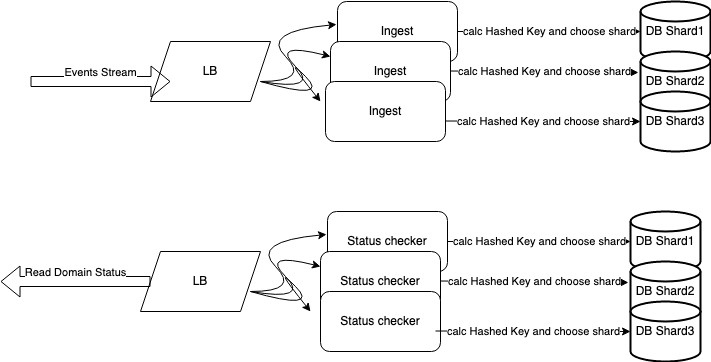
Earlier version of the draw.io export flow.png (xfoxawy/catchall-domain). Source tidied: cells renumbered, new cells last; positions are measured from the earlier drawing's top-left corner, leaving out a move shared by most shapes.
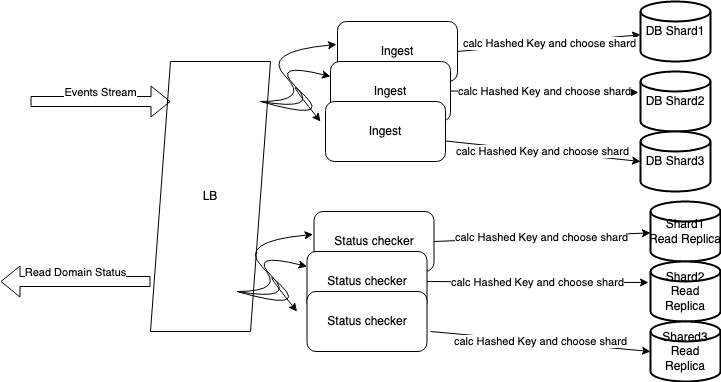
After the change.

Diff of the diagram source:
```diff
@@ -9,7 +9,7 @@
       <mxGeometry x="330" y="70" width="30" height="40" as="geometry" />
     </mxCell>
     <mxCell id="4" value="LB" style="shape=parallelogram;perimeter=parallelogramPerimeter;whiteSpace=wrap;html=1;fixedSize=1;" parent="1" vertex="1">
-      <mxGeometry x="150" y="40" width="120" height="60" as="geometry" />
+      <mxGeometry x="150" y="40" width="120" height="270" as="geometry" />
     </mxCell>
     <mxCell id="5" value="Ingest" style="rounded=1;whiteSpace=wrap;html=1;" parent="1" vertex="1">
       <mxGeometry x="337" width="120" height="60" as="geometry" />
@@ -49,13 +49,13 @@
       </mxGeometry>
     </mxCell>
     <mxCell id="11" value="DB Shard1" style="strokeWidth=2;html=1;shape=mxgraph.flowchart.database;whiteSpace=wrap;" parent="1" vertex="1">
-      <mxGeometry x="640" width="70" height="60" as="geometry" />
+      <mxGeometry x="640" y="-20" width="70" height="60" as="geometry" />
     </mxCell>
     <mxCell id="12" value="DB Shard2" style="strokeWidth=2;html=1;shape=mxgraph.flowchart.database;whiteSpace=wrap;" parent="1" vertex="1">
       <mxGeometry x="640" y="50" width="70" height="60" as="geometry" />
     </mxCell>
     <mxCell id="13" value="DB Shard3" style="strokeWidth=2;html=1;shape=mxgraph.flowchart.database;whiteSpace=wrap;" parent="1" vertex="1">
-      <mxGeometry x="640" y="90" width="70" height="60" as="geometry" />
+      <mxGeometry x="640" y="110" width="70" height="60" as="geometry" />
     </mxCell>
     <mxCell id="14" value="calc Hashed Key and choose shard" style="endArrow=classic;html=1;rounded=0;exitX=1;exitY=0.5;exitDx=0;exitDy=0;" parent="1" edge="1" source="5" target="11">
       <mxGeometry relative="1" as="geometry" />
@@ -71,84 +71,80 @@
       </mxGeometry>
     </mxCell>
     <mxCell id="17" value="&lt;meta charset=&quot;utf-8&quot;&gt;&lt;div style=&quot;color: rgb(212, 212, 212); background-color: rgb(30, 30, 30); font-family: Menlo, Monaco, &amp;quot;Courier New&amp;quot;, monospace; font-weight: normal; font-size: 12px; line-height: 18px;&quot;&gt;&lt;br&gt;&lt;/div&gt;" style="text;whiteSpace=wrap;html=1;" parent="1" vertex="1">
-      <mxGeometry x="300" y="310" width="30" height="40" as="geometry" />
+      <mxGeometry x="286.5" y="290" width="30" height="40" as="geometry" />
     </mxCell>
     <mxCell id="18" value="&lt;meta charset=&quot;utf-8&quot;&gt;&lt;div style=&quot;color: rgb(212, 212, 212); background-color: rgb(30, 30, 30); font-family: Menlo, Monaco, &amp;quot;Courier New&amp;quot;, monospace; font-weight: normal; font-size: 12px; line-height: 18px;&quot;&gt;&lt;br&gt;&lt;/div&gt;" style="text;whiteSpace=wrap;html=1;" parent="1" vertex="1">
-      <mxGeometry x="320" y="280" width="30" height="40" as="geometry" />
+      <mxGeometry x="306.5" y="260" width="30" height="40" as="geometry" />
     </mxCell>
-    <mxCell id="19" value="LB" style="shape=parallelogram;perimeter=parallelogramPerimeter;whiteSpace=wrap;html=1;fixedSize=1;" parent="1" vertex="1">
-      <mxGeometry x="140" y="250" width="120" height="60" as="geometry" />
+    <mxCell id="19" value="Status checker" style="rounded=1;whiteSpace=wrap;html=1;" parent="1" vertex="1">
+      <mxGeometry x="313.5" y="190" width="120" height="60" as="geometry" />
     </mxCell>
     <mxCell id="20" value="Status checker" style="rounded=1;whiteSpace=wrap;html=1;" parent="1" vertex="1">
-      <mxGeometry x="327" y="210" width="120" height="60" as="geometry" />
+      <mxGeometry x="306.5" y="230" width="120" height="60" as="geometry" />
     </mxCell>
     <mxCell id="21" value="Status checker" style="rounded=1;whiteSpace=wrap;html=1;" parent="1" vertex="1">
-      <mxGeometry x="320" y="250" width="120" height="60" as="geometry" />
+      <mxGeometry x="306.5" y="270" width="120" height="60" as="geometry" />
     </mxCell>
-    <mxCell id="22" value="Status checker" style="rounded=1;whiteSpace=wrap;html=1;" parent="1" vertex="1">
-      <mxGeometry x="320" y="290" width="120" height="60" as="geometry" />
+    <mxCell id="22" style="curved=1;endArrow=classic;html=1;rounded=0;entryX=-0.008;entryY=0.383;entryDx=0;entryDy=0;entryPerimeter=0;" parent="1" edge="1" target="19">
+      <mxGeometry relative="1" as="geometry">
+        <mxPoint x="236.5" y="270" as="sourcePoint" />
+        <Array as="points">
+          <mxPoint x="286.5" y="270" />
+          <mxPoint x="236.5" y="220" />
+        </Array>
+      </mxGeometry>
     </mxCell>
-    <mxCell id="23" style="curved=1;endArrow=classic;html=1;rounded=0;entryX=-0.008;entryY=0.383;entryDx=0;entryDy=0;entryPerimeter=0;" parent="1" edge="1" target="20">
+    <mxCell id="23" style="curved=1;endArrow=classic;html=1;rounded=0;entryX=0;entryY=0.25;entryDx=0;entryDy=0;" parent="1" edge="1" target="20">
       <mxGeometry relative="1" as="geometry">
-        <mxPoint x="250" y="290" as="sourcePoint" />
+        <mxPoint x="236.5" y="270" as="sourcePoint" />
         <Array as="points">
-          <mxPoint x="300" y="290" />
-          <mxPoint x="250" y="240" />
+          <mxPoint x="296.5" y="280" />
+          <mxPoint x="246.5" y="230" />
         </Array>
       </mxGeometry>
     </mxCell>
-    <mxCell id="24" style="curved=1;endArrow=classic;html=1;rounded=0;entryX=0;entryY=0.25;entryDx=0;entryDy=0;" parent="1" edge="1" target="21">
+    <mxCell id="24" style="curved=1;endArrow=classic;html=1;rounded=0;" parent="1" edge="1">
       <mxGeometry relative="1" as="geometry">
-        <mxPoint x="250" y="290" as="sourcePoint" />
+        <mxPoint x="236.5" y="270" as="sourcePoint" />
+        <mxPoint x="296.5" y="290" as="targetPoint" />
         <Array as="points">
-          <mxPoint x="310" y="300" />
-          <mxPoint x="260" y="250" />
+          <mxPoint x="306.5" y="290" />
+          <mxPoint x="256.5" y="240" />
         </Array>
       </mxGeometry>
     </mxCell>
-    <mxCell id="25" style="curved=1;endArrow=classic;html=1;rounded=0;" parent="1" edge="1">
-      <mxGeometry relative="1" as="geometry">
-        <mxPoint x="250" y="290" as="sourcePoint" />
-        <mxPoint x="310" y="310" as="targetPoint" />
-        <Array as="points">
-          <mxPoint x="320" y="310" />
-          <mxPoint x="270" y="260" />
-        </Array>
-      </mxGeometry>
+    <mxCell id="25" value="Shard1 Read&amp;nbsp;Replica" style="strokeWidth=2;html=1;shape=mxgraph.flowchart.database;whiteSpace=wrap;" parent="1" vertex="1">
+      <mxGeometry x="650" y="180" width="70" height="60" as="geometry" />
     </mxCell>
-    <mxCell id="26" value="DB Shard1" style="strokeWidth=2;html=1;shape=mxgraph.flowchart.database;whiteSpace=wrap;" parent="1" vertex="1">
-      <mxGeometry x="630" y="210" width="70" height="60" as="geometry" />
+    <mxCell id="26" value="Shard2 Read Replica" style="strokeWidth=2;html=1;shape=mxgraph.flowchart.database;whiteSpace=wrap;" parent="1" vertex="1">
+      <mxGeometry x="650" y="240" width="70" height="60" as="geometry" />
     </mxCell>
-    <mxCell id="27" value="DB Shard2" style="strokeWidth=2;html=1;shape=mxgraph.flowchart.database;whiteSpace=wrap;" parent="1" vertex="1">
-      <mxGeometry x="630" y="260" width="70" height="60" as="geometry" />
+    <mxCell id="27" value="Shared3 Read Replica" style="strokeWidth=2;html=1;shape=mxgraph.flowchart.database;whiteSpace=wrap;" parent="1" vertex="1">
+      <mxGeometry x="650" y="300" width="70" height="60" as="geometry" />
     </mxCell>
-    <mxCell id="28" value="DB Shard3" style="strokeWidth=2;html=1;shape=mxgraph.flowchart.database;whiteSpace=wrap;" parent="1" vertex="1">
-      <mxGeometry x="630" y="300" width="70" height="60" as="geometry" />
+    <mxCell id="28" value="calc Hashed Key and choose shard" style="endArrow=classic;html=1;rounded=0;exitX=1;exitY=0.5;exitDx=0;exitDy=0;" parent="1" edge="1" source="19" target="25">
+      <mxGeometry relative="1" as="geometry" />
     </mxCell>
-    <mxCell id="29" value="calc Hashed Key and choose shard" style="endArrow=classic;html=1;rounded=0;exitX=1;exitY=0.5;exitDx=0;exitDy=0;" parent="1" edge="1" source="20" target="26">
+    <mxCell id="29" value="&lt;meta charset=&quot;utf-8&quot;&gt;&lt;span style=&quot;color: rgb(0, 0, 0); font-family: Helvetica; font-size: 11px; font-style: normal; font-variant-ligatures: normal; font-variant-caps: normal; font-weight: 400; letter-spacing: normal; orphans: 2; text-align: center; text-indent: 0px; text-transform: none; widows: 2; word-spacing: 0px; -webkit-text-stroke-width: 0px; background-color: rgb(255, 255, 255); text-decoration-thickness: initial; text-decoration-style: initial; text-decoration-color: initial; float: none; display: inline !important;&quot;&gt;calc Hashed Key and choose shard&lt;/span&gt;" style="endArrow=classic;html=1;rounded=0;exitX=1;exitY=0.5;exitDx=0;exitDy=0;entryX=-0.029;entryY=0.35;entryDx=0;entryDy=0;entryPerimeter=0;" parent="1" edge="1" source="20" target="26">
       <mxGeometry relative="1" as="geometry" />
     </mxCell>
-    <mxCell id="30" value="&lt;meta charset=&quot;utf-8&quot;&gt;&lt;span style=&quot;color: rgb(0, 0, 0); font-family: Helvetica; font-size: 11px; font-style: normal; font-variant-ligatures: normal; font-variant-caps: normal; font-weight: 400; letter-spacing: normal; orphans: 2; text-align: center; text-indent: 0px; text-transform: none; widows: 2; word-spacing: 0px; -webkit-text-stroke-width: 0px; background-color: rgb(255, 255, 255); text-decoration-thickness: initial; text-decoration-style: initial; text-decoration-color: initial; float: none; display: inline !important;&quot;&gt;calc Hashed Key and choose shard&lt;/span&gt;" style="endArrow=classic;html=1;rounded=0;exitX=1;exitY=0.5;exitDx=0;exitDy=0;entryX=-0.029;entryY=0.35;entryDx=0;entryDy=0;entryPerimeter=0;" parent="1" edge="1" target="27">
+    <mxCell id="30" value="&lt;meta charset=&quot;utf-8&quot;&gt;&lt;span style=&quot;color: rgb(0, 0, 0); font-family: Helvetica; font-size: 11px; font-style: normal; font-variant-ligatures: normal; font-variant-caps: normal; font-weight: 400; letter-spacing: normal; orphans: 2; text-align: center; text-indent: 0px; text-transform: none; widows: 2; word-spacing: 0px; -webkit-text-stroke-width: 0px; background-color: rgb(255, 255, 255); text-decoration-thickness: initial; text-decoration-style: initial; text-decoration-color: initial; float: none; display: inline !important;&quot;&gt;calc Hashed Key and choose shard&lt;/span&gt;" style="endArrow=classic;html=1;rounded=0;entryX=0;entryY=0.5;entryDx=0;entryDy=0;entryPerimeter=0;" parent="1" edge="1">
       <mxGeometry relative="1" as="geometry">
-        <mxPoint x="440" y="279.5" as="sourcePoint" />
+        <mxPoint x="430" y="310" as="sourcePoint" />
+        <mxPoint x="650" y="330" as="targetPoint" />
       </mxGeometry>
     </mxCell>
-    <mxCell id="31" value="&lt;meta charset=&quot;utf-8&quot;&gt;&lt;span style=&quot;color: rgb(0, 0, 0); font-family: Helvetica; font-size: 11px; font-style: normal; font-variant-ligatures: normal; font-variant-caps: normal; font-weight: 400; letter-spacing: normal; orphans: 2; text-align: center; text-indent: 0px; text-transform: none; widows: 2; word-spacing: 0px; -webkit-text-stroke-width: 0px; background-color: rgb(255, 255, 255); text-decoration-thickness: initial; text-decoration-style: initial; text-decoration-color: initial; float: none; display: inline !important;&quot;&gt;calc Hashed Key and choose shard&lt;/span&gt;" style="endArrow=classic;html=1;rounded=0;exitX=1;exitY=0.5;exitDx=0;exitDy=0;entryX=0;entryY=0.5;entryDx=0;entryDy=0;entryPerimeter=0;" parent="1" edge="1" target="28">
+    <mxCell id="31" value="Events Stream" style="html=1;verticalAlign=bottom;endArrow=block;rounded=0;shape=flexArrow;" parent="1" edge="1">
       <mxGeometry relative="1" as="geometry">
-        <mxPoint x="435" y="329.5" as="sourcePoint" />
+        <mxPoint x="30" y="80" as="sourcePoint" />
+        <mxPoint x="170" y="80" as="targetPoint" />
       </mxGeometry>
     </mxCell>
-    <mxCell id="32" value="Events Stream" style="html=1;verticalAlign=bottom;endArrow=block;rounded=0;shape=flexArrow;" parent="1" edge="1">
+    <mxCell id="32" value="Read Domain Status" style="html=1;verticalAlign=bottom;endArrow=block;rounded=0;shape=flexArrow;" parent="1" edge="1">
       <mxGeometry relative="1" as="geometry">
-        <mxPoint x="30" y="80" as="sourcePoint" />
-        <mxPoint x="170" y="80" as="targetPoint" />
+        <mxPoint x="150" y="260" as="sourcePoint" />
+        <mxPoint y="260" as="targetPoint" />
       </mxGeometry>
     </mxCell>
-    <mxCell id="33" value="Read Domain Status" style="html=1;verticalAlign=bottom;endArrow=block;rounded=0;shape=flexArrow;" parent="1" edge="1">
-      <mxGeometry relative="1" as="geometry">
-        <mxPoint x="150" y="280" as="sourcePoint" />
-        <mxPoint y="280" as="targetPoint" />
-      </mxGeometry>
-    </mxCell>
   </root>
 </mxGraphModel>
```
